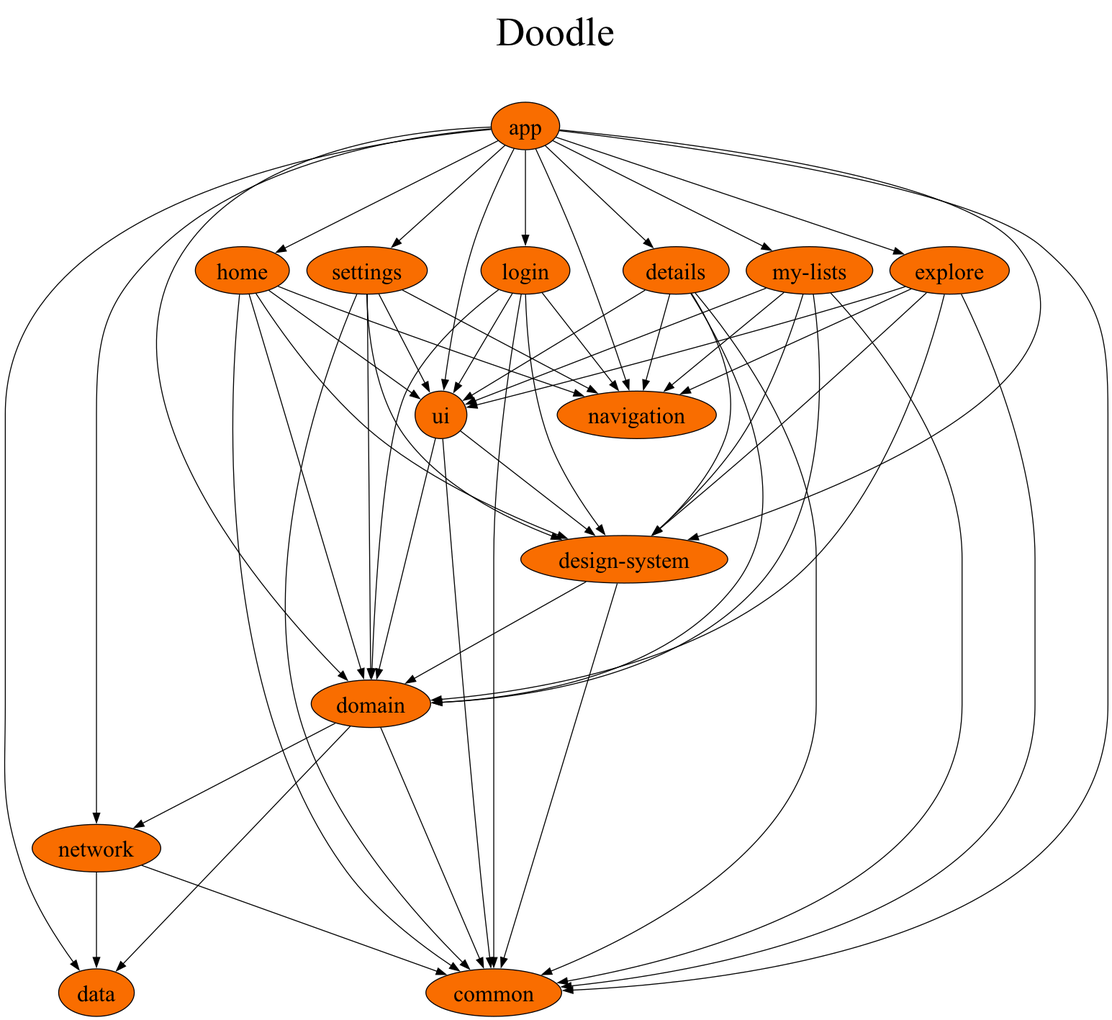
This is tools/dependency-graph/project_digraph.dot.png from enesky/Doodle, a Graphviz export, as it was before one commit. Its source is kept beside it as tools/dependency-graph/project_digraph.dot.
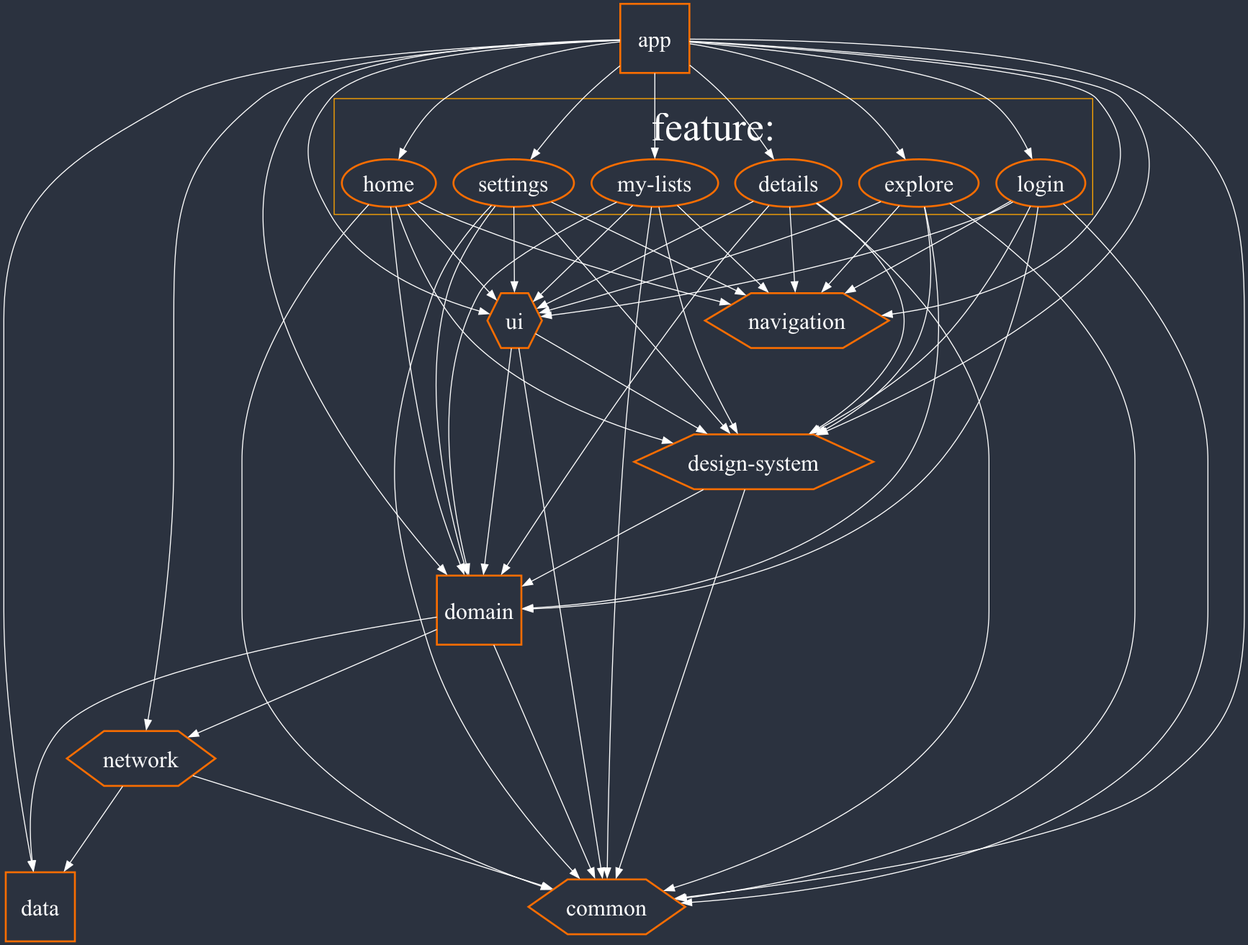
Later version of the same file.

Commit message:
refactor: DependencyGraphPlugin with new digraph settings

Change to the diagram source:
```diff
@@ -1,61 +1,72 @@
 digraph {
-  graph [label="Doodle\n ",labelloc=t,fontsize=42,ranksep=1.4];
-  node [style=filled, fillcolor="#F96D00", fontsize=24];
-  rankdir=TB;
 
-  # Dependencies
+    graph [fontsize=42, ranksep=1.25, bgcolor="#2B323F", fontcolor=white];
+    node [style=bold, color="#F96D00", fontsize=24, fontcolor=white];
+    edge [color=white];
+    rankdir=TB; # Top to bottom
 
-  "app" -> "common"
-  "app" -> "data"
-  "app" -> "design-system"
-  "app" -> "domain"
-  "app" -> "network"
-  "app" -> "navigation"
-  "app" -> "ui"
-  "app" -> "login"
-  "app" -> "home"
-  "app" -> "details"
-  "app" -> "explore"
-  "app" -> "my-lists"
-  "app" -> "settings"
-  "design-system" -> "common"
-  "design-system" -> "domain"
-  "domain" -> "common"
-  "domain" -> "data"
-  "domain" -> "network"
-  "network" -> "common"
-  "network" -> "data"
-  "ui" -> "common"
-  "ui" -> "domain"
-  "ui" -> "design-system"
-  "login" -> "domain"
-  "login" -> "common"
-  "login" -> "design-system"
-  "login" -> "navigation"
-  "login" -> "ui"
-  "home" -> "domain"
-  "home" -> "common"
-  "home" -> "design-system"
-  "home" -> "navigation"
-  "home" -> "ui"
-  "details" -> "domain"
-  "details" -> "common"
-  "details" -> "design-system"
-  "details" -> "navigation"
-  "details" -> "ui"
-  "explore" -> "domain"
-  "explore" -> "common"
-  "explore" -> "design-system"
-  "explore" -> "navigation"
-  "explore" -> "ui"
-  "my-lists" -> "domain"
-  "my-lists" -> "common"
-  "my-lists" -> "design-system"
-  "my-lists" -> "navigation"
-  "my-lists" -> "ui"
-  "settings" -> "domain"
-  "settings" -> "common"
-  "settings" -> "design-system"
-  "settings" -> "navigation"
-  "settings" -> "ui"
+    "app", "data", "domain" [shape=box, height="1", width="1"];
+
+    "common", "design-system", "ui", "network", "navigation" [shape=hexagon];
+
+    subgraph cluster_feature {
+        label="feature:";
+        color=orange;
+        "login", "home", "details", "explore", "settings", "my-lists";
+    }
+
+    # Dependencies
+    "app" -> "common"
+    "app" -> "data"
+    "app" -> "design-system"
+    "app" -> "domain"
+    "app" -> "network"
+    "app" -> "navigation"
+    "app" -> "ui"
+    "app" -> "login"
+    "app" -> "home"
+    "app" -> "details"
+    "app" -> "explore"
+    "app" -> "my-lists"
+    "app" -> "settings"
+    "design-system" -> "common"
+    "design-system" -> "domain"
+    "domain" -> "common"
+    "domain" -> "data"
+    "domain" -> "network"
+    "network" -> "common"
+    "network" -> "data"
+    "ui" -> "common"
+    "ui" -> "domain"
+    "ui" -> "design-system"
+    "login" -> "domain"
+    "login" -> "common"
+    "login" -> "design-system"
+    "login" -> "navigation"
+    "login" -> "ui"
+    "home" -> "domain"
+    "home" -> "common"
+    "home" -> "design-system"
+    "home" -> "navigation"
+    "home" -> "ui"
+    "details" -> "domain"
+    "details" -> "common"
+    "details" -> "design-system"
+    "details" -> "navigation"
+    "details" -> "ui"
+    "explore" -> "domain"
+    "explore" -> "common"
+    "explore" -> "design-system"
+    "explore" -> "navigation"
+    "explore" -> "ui"
+    "my-lists" -> "domain"
+    "my-lists" -> "common"
+    "my-lists" -> "design-system"
+    "my-lists" -> "navigation"
+    "my-lists" -> "ui"
+    "settings" -> "domain"
+    "settings" -> "common"
+    "settings" -> "design-system"
+    "settings" -> "navigation"
+    "settings" -> "ui"
 }
```
